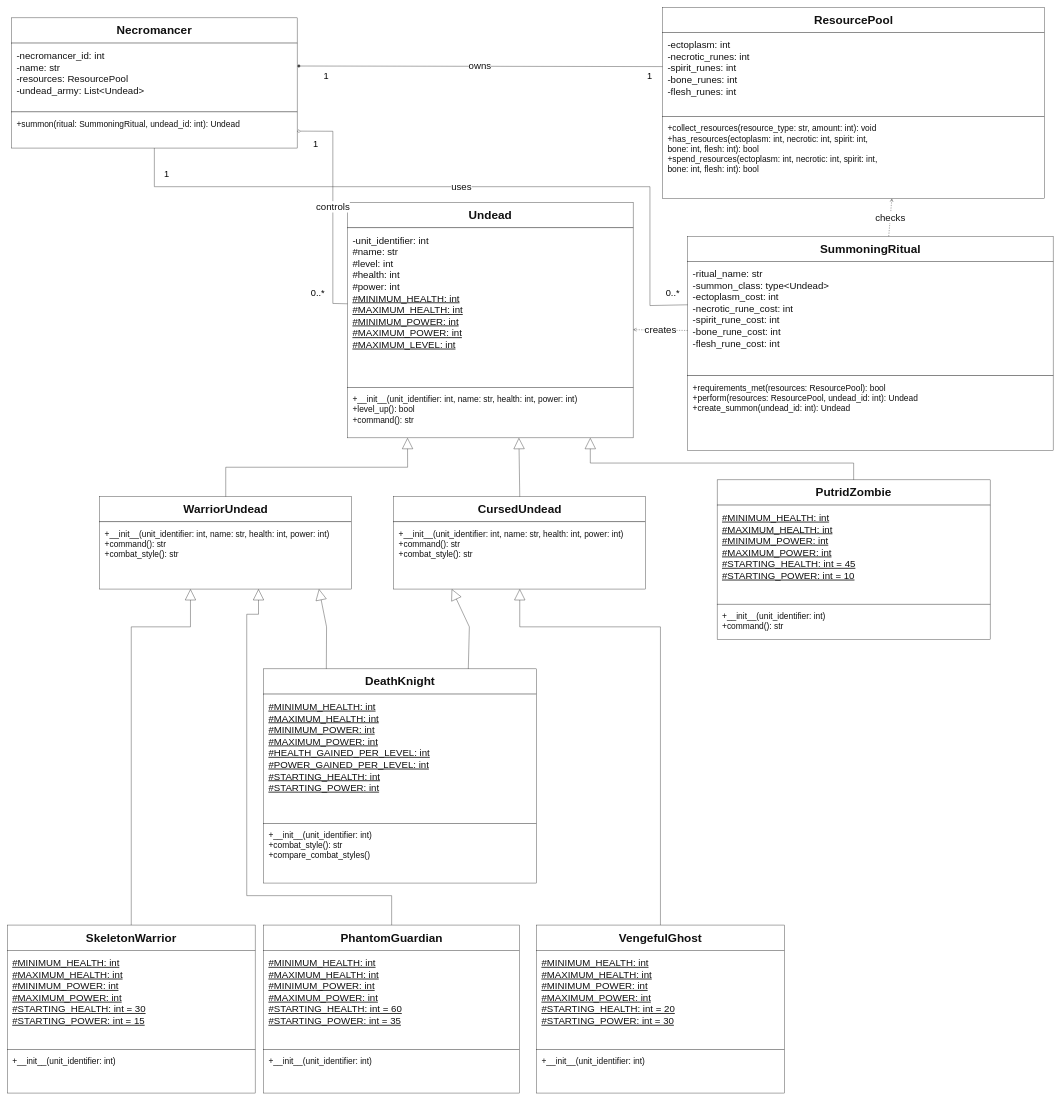
Above: UMLs/Workshop 6-2.drawio in KostaToulantas/OOPNecromancyGame (draw.io), before the change. Source tidied: cells renumbered, new cells numbered last; positions are measured from the earlier drawing's top-left corner, leaving out a move shared by most shapes. Both pictures are drawn from the tidied source at 42%, with x=0, y=0 at pixel (7, 7).
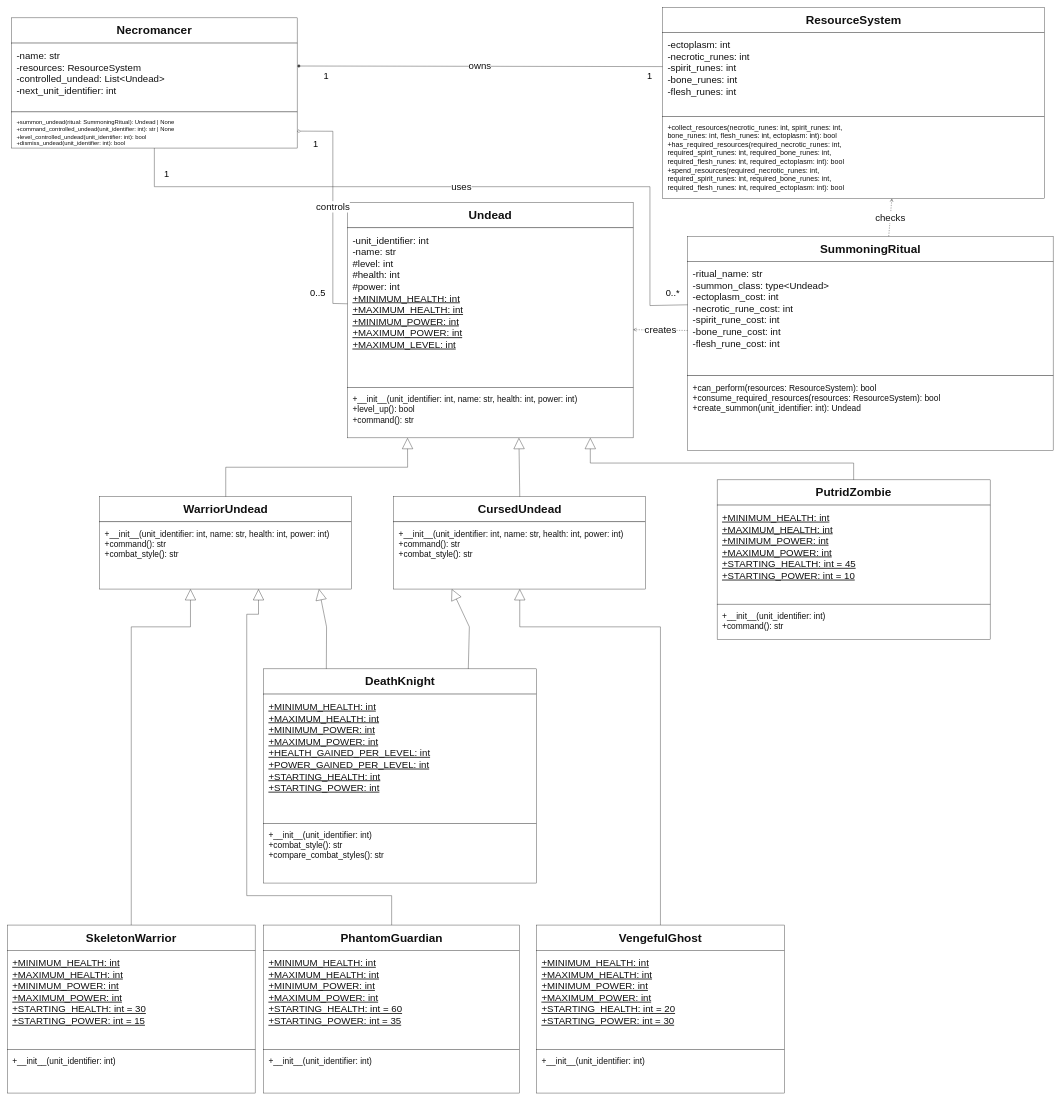
The same page after the edit.

Commit message (it also covers changes not shown here):
Workshop 6-2: Task 4

The change refers to these unchanged cells:
```xml
<mxCell id="2" style="group;" parent="1" vertex="1">
  <mxGeometry x="10" y="25" width="680" height="310" as="geometry" />
</mxCell>
<mxCell id="6" style="group;" parent="1" vertex="1">
  <mxGeometry x="1560" width="910" height="455" as="geometry" />
</mxCell>
<mxCell id="10" style="group;" parent="1" vertex="1">
  <mxGeometry x="810" y="465" width="680" height="560" as="geometry" />
</mxCell>
<mxCell id="14" style="group;" parent="1" vertex="1">
  <mxGeometry x="1620" y="545" width="870" height="510" as="geometry" />
</mxCell>
<mxCell id="24" style="group;" parent="1" vertex="1">
  <mxGeometry x="1690" y="1125" width="650" height="380" as="geometry" />
</mxCell>
<mxCell id="28" style="group;" parent="1" vertex="1">
  <mxGeometry y="2185" width="590" height="400" as="geometry" />
</mxCell>
<mxCell id="32" style="group;" parent="1" vertex="1">
  <mxGeometry x="610" y="2185" width="610" height="400" as="geometry" />
</mxCell>
<mxCell id="36" style="group;" parent="1" vertex="1">
  <mxGeometry x="1260" y="2185" width="590" height="400" as="geometry" />
</mxCell>
<mxCell id="40" style="group;" parent="1" vertex="1">
  <mxGeometry x="610" y="1575" width="650" height="510" as="geometry" />
</mxCell>
```

Change to the diagram source:
```diff
@@
-    <mxCell id="4" value="-necromancer_id: int&lt;br&gt;-name: str&lt;br&gt;-resources: ResourcePool&lt;br&gt;-undead_army: List&amp;lt;Undead&amp;gt;" style="html=1;whiteSpace=wrap;fillColor=#ffffff;strokeColor=#333333;fontColor=#111111;fontFamily=Arial;fontSize=23;align=left;verticalAlign=top;spacing=12;" parent="2" vertex="1">
+    <mxCell id="4" value="-name: str&lt;br&gt;-resources: ResourceSystem&lt;br&gt;-controlled_undead: List&amp;lt;Undead&amp;gt;&lt;br&gt;-next_unit_identifier: int" style="html=1;whiteSpace=wrap;fillColor=#ffffff;strokeColor=#333333;fontColor=#111111;fontFamily=Arial;fontSize=23;align=left;verticalAlign=top;spacing=12;" parent="2" vertex="1">
       <mxGeometry y="60" width="680" height="164" as="geometry" />
     </mxCell>
-    <mxCell id="5" value="+summon(ritual: SummoningRitual, undead_id: int): Undead" style="html=1;whiteSpace=wrap;fillColor=#ffffff;strokeColor=#333333;fontColor=#111111;fontFamily=Arial;fontSize=20;align=left;verticalAlign=top;spacing=12;" parent="2" vertex="1">
+    <mxCell id="5" value="+summon_undead(ritual: SummoningRitual): Undead | None&lt;br&gt;+command_controlled_undead(unit_identifier: int): str | None&lt;br&gt;+level_controlled_undead(unit_identifier: int): bool&lt;br&gt;+dismiss_undead(unit_identifier: int): bool" style="html=1;whiteSpace=wrap;fillColor=#ffffff;strokeColor=#333333;fontColor=#111111;fontFamily=Arial;fontSize=14;align=left;verticalAlign=top;spacing=12;" parent="2" vertex="1">
       <mxGeometry y="224" width="680" height="86" as="geometry" />
     </mxCell>
@@
-    <mxCell id="7" value="ResourcePool" style="html=1;whiteSpace=wrap;fillColor=#ffffff;strokeColor=#333333;fontColor=#111111;fontFamily=Arial;fontSize=28;fontStyle=1;align=center;" parent="6" vertex="1">
+    <mxCell id="7" value="ResourceSystem" style="html=1;whiteSpace=wrap;fillColor=#ffffff;strokeColor=#333333;fontColor=#111111;fontFamily=Arial;fontSize=28;fontStyle=1;align=center;" parent="6" vertex="1">
       <mxGeometry width="910" height="60" as="geometry" />
     </mxCell>
@@
-    <mxCell id="9" value="+collect_resources(resource_type: str, amount: int): void&lt;br&gt;+has_resources(ectoplasm: int, necrotic: int, spirit: int,&lt;br&gt;bone: int, flesh: int): bool&lt;br&gt;+spend_resources(ectoplasm: int, necrotic: int, spirit: int,&lt;br&gt;bone: int, flesh: int): bool" style="html=1;whiteSpace=wrap;fillColor=#ffffff;strokeColor=#333333;fontColor=#111111;fontFamily=Arial;fontSize=20;align=left;verticalAlign=top;spacing=12;" parent="6" vertex="1">
+    <mxCell id="9" value="+collect_resources(necrotic_runes: int, spirit_runes: int,&lt;br&gt;bone_runes: int, flesh_runes: int, ectoplasm: int): bool&lt;br&gt;+has_required_resources(required_necrotic_runes: int,&lt;br&gt;required_spirit_runes: int, required_bone_runes: int,&lt;br&gt;required_flesh_runes: int, required_ectoplasm: int): bool&lt;br&gt;+spend_resources(required_necrotic_runes: int,&lt;br&gt;required_spirit_runes: int, required_bone_runes: int,&lt;br&gt;required_flesh_runes: int, required_ectoplasm: int): bool" style="html=1;whiteSpace=wrap;fillColor=#ffffff;strokeColor=#333333;fontColor=#111111;fontFamily=Arial;fontSize=17;align=left;verticalAlign=top;spacing=12;" parent="6" vertex="1">
       <mxGeometry y="260" width="910" height="195" as="geometry" />
     </mxCell>
@@
-    <mxCell id="12" value="-unit_identifier: int&lt;br&gt;#name: str&lt;br&gt;#level: int&lt;br&gt;#health: int&lt;br&gt;#power: int&lt;br&gt;&lt;u&gt;#MINIMUM_HEALTH: int&lt;/u&gt;&lt;br&gt;&lt;u&gt;#MAXIMUM_HEALTH: int&lt;/u&gt;&lt;br&gt;&lt;u&gt;#MINIMUM_POWER: int&lt;/u&gt;&lt;br&gt;&lt;u&gt;#MAXIMUM_POWER: int&lt;/u&gt;&lt;br&gt;&lt;u&gt;#MAXIMUM_LEVEL: int&lt;/u&gt;" style="html=1;whiteSpace=wrap;fillColor=#ffffff;strokeColor=#333333;fontColor=#111111;fontFamily=Arial;fontSize=23;align=left;verticalAlign=top;spacing=12;" parent="10" vertex="1">
+    <mxCell id="12" value="-unit_identifier: int&lt;br&gt;-name: str&lt;br&gt;#level: int&lt;br&gt;#health: int&lt;br&gt;#power: int&lt;br&gt;&lt;u&gt;+MINIMUM_HEALTH: int&lt;/u&gt;&lt;br&gt;&lt;u&gt;+MAXIMUM_HEALTH: int&lt;/u&gt;&lt;br&gt;&lt;u&gt;+MINIMUM_POWER: int&lt;/u&gt;&lt;br&gt;&lt;u&gt;+MAXIMUM_POWER: int&lt;/u&gt;&lt;br&gt;&lt;u&gt;+MAXIMUM_LEVEL: int&lt;/u&gt;" style="html=1;whiteSpace=wrap;fillColor=#ffffff;strokeColor=#333333;fontColor=#111111;fontFamily=Arial;fontSize=23;align=left;verticalAlign=top;spacing=12;" parent="10" vertex="1">
       <mxGeometry y="60" width="680" height="380" as="geometry" />
     </mxCell>
@@
-    <mxCell id="17" value="+requirements_met(resources: ResourcePool): bool&lt;br&gt;+perform(resources: ResourcePool, undead_id: int): Undead&lt;br&gt;+create_summon(undead_id: int): Undead" style="html=1;whiteSpace=wrap;fillColor=#ffffff;strokeColor=#333333;fontColor=#111111;fontFamily=Arial;fontSize=20;align=left;verticalAlign=top;spacing=12;" parent="14" vertex="1">
+    <mxCell id="17" value="+can_perform(resources: ResourceSystem): bool&lt;br&gt;+consume_required_resources(resources: ResourceSystem): bool&lt;br&gt;+create_summon(unit_identifier: int): Undead" style="html=1;whiteSpace=wrap;fillColor=#ffffff;strokeColor=#333333;fontColor=#111111;fontFamily=Arial;fontSize=20;align=left;verticalAlign=top;spacing=12;" parent="14" vertex="1">
       <mxGeometry y="332" width="870" height="178" as="geometry" />
     </mxCell>
@@
-    <mxCell id="26" value="&lt;u&gt;#MINIMUM_HEALTH: int&lt;/u&gt;&lt;br&gt;&lt;u&gt;#MAXIMUM_HEALTH: int&lt;/u&gt;&lt;br&gt;&lt;u&gt;#MINIMUM_POWER: int&lt;/u&gt;&lt;br&gt;&lt;u&gt;#MAXIMUM_POWER: int&lt;/u&gt;&lt;br&gt;&lt;u&gt;#STARTING_HEALTH: int = 45&lt;/u&gt;&lt;br&gt;&lt;u&gt;#STARTING_POWER: int = 10&lt;/u&gt;" style="html=1;whiteSpace=wrap;fillColor=#ffffff;strokeColor=#333333;fontColor=#111111;fontFamily=Arial;fontSize=23;align=left;verticalAlign=top;spacing=12;" parent="24" vertex="1">
+    <mxCell id="26" value="&lt;u&gt;+MINIMUM_HEALTH: int&lt;/u&gt;&lt;br&gt;&lt;u&gt;+MAXIMUM_HEALTH: int&lt;/u&gt;&lt;br&gt;&lt;u&gt;+MINIMUM_POWER: int&lt;/u&gt;&lt;br&gt;&lt;u&gt;+MAXIMUM_POWER: int&lt;/u&gt;&lt;br&gt;&lt;u&gt;+STARTING_HEALTH: int = 45&lt;/u&gt;&lt;br&gt;&lt;u&gt;+STARTING_POWER: int = 10&lt;/u&gt;" style="html=1;whiteSpace=wrap;fillColor=#ffffff;strokeColor=#333333;fontColor=#111111;fontFamily=Arial;fontSize=23;align=left;verticalAlign=top;spacing=12;" parent="24" vertex="1">
       <mxGeometry y="60" width="650" height="236" as="geometry" />
     </mxCell>
@@
-    <mxCell id="30" value="&lt;u&gt;#MINIMUM_HEALTH: int&lt;/u&gt;&lt;br&gt;&lt;u&gt;#MAXIMUM_HEALTH: int&lt;/u&gt;&lt;br&gt;&lt;u&gt;#MINIMUM_POWER: int&lt;/u&gt;&lt;br&gt;&lt;u&gt;#MAXIMUM_POWER: int&lt;/u&gt;&lt;br&gt;&lt;u&gt;#STARTING_HEALTH: int = 30&lt;/u&gt;&lt;br&gt;&lt;u&gt;#STARTING_POWER: int = 15&lt;/u&gt;" style="html=1;whiteSpace=wrap;fillColor=#ffffff;strokeColor=#333333;fontColor=#111111;fontFamily=Arial;fontSize=23;align=left;verticalAlign=top;spacing=12;" parent="28" vertex="1">
+    <mxCell id="30" value="&lt;u&gt;+MINIMUM_HEALTH: int&lt;/u&gt;&lt;br&gt;&lt;u&gt;+MAXIMUM_HEALTH: int&lt;/u&gt;&lt;br&gt;&lt;u&gt;+MINIMUM_POWER: int&lt;/u&gt;&lt;br&gt;&lt;u&gt;+MAXIMUM_POWER: int&lt;/u&gt;&lt;br&gt;&lt;u&gt;+STARTING_HEALTH: int = 30&lt;/u&gt;&lt;br&gt;&lt;u&gt;+STARTING_POWER: int = 15&lt;/u&gt;" style="html=1;whiteSpace=wrap;fillColor=#ffffff;strokeColor=#333333;fontColor=#111111;fontFamily=Arial;fontSize=23;align=left;verticalAlign=top;spacing=12;" parent="28" vertex="1">
       <mxGeometry y="60" width="590" height="236" as="geometry" />
     </mxCell>
@@
-    <mxCell id="34" value="&lt;u&gt;#MINIMUM_HEALTH: int&lt;/u&gt;&lt;br&gt;&lt;u&gt;#MAXIMUM_HEALTH: int&lt;/u&gt;&lt;br&gt;&lt;u&gt;#MINIMUM_POWER: int&lt;/u&gt;&lt;br&gt;&lt;u&gt;#MAXIMUM_POWER: int&lt;/u&gt;&lt;br&gt;&lt;u&gt;#STARTING_HEALTH: int = 60&lt;/u&gt;&lt;br&gt;&lt;u&gt;#STARTING_POWER: int = 35&lt;/u&gt;" style="html=1;whiteSpace=wrap;fillColor=#ffffff;strokeColor=#333333;fontColor=#111111;fontFamily=Arial;fontSize=23;align=left;verticalAlign=top;spacing=12;" parent="32" vertex="1">
+    <mxCell id="34" value="&lt;u&gt;+MINIMUM_HEALTH: int&lt;/u&gt;&lt;br&gt;&lt;u&gt;+MAXIMUM_HEALTH: int&lt;/u&gt;&lt;br&gt;&lt;u&gt;+MINIMUM_POWER: int&lt;/u&gt;&lt;br&gt;&lt;u&gt;+MAXIMUM_POWER: int&lt;/u&gt;&lt;br&gt;&lt;u&gt;+STARTING_HEALTH: int = 60&lt;/u&gt;&lt;br&gt;&lt;u&gt;+STARTING_POWER: int = 35&lt;/u&gt;" style="html=1;whiteSpace=wrap;fillColor=#ffffff;strokeColor=#333333;fontColor=#111111;fontFamily=Arial;fontSize=23;align=left;verticalAlign=top;spacing=12;" parent="32" vertex="1">
       <mxGeometry y="60" width="610" height="236" as="geometry" />
     </mxCell>
@@
-    <mxCell id="38" value="&lt;u&gt;#MINIMUM_HEALTH: int&lt;/u&gt;&lt;br&gt;&lt;u&gt;#MAXIMUM_HEALTH: int&lt;/u&gt;&lt;br&gt;&lt;u&gt;#MINIMUM_POWER: int&lt;/u&gt;&lt;br&gt;&lt;u&gt;#MAXIMUM_POWER: int&lt;/u&gt;&lt;br&gt;&lt;u&gt;#STARTING_HEALTH: int = 20&lt;/u&gt;&lt;br&gt;&lt;u&gt;#STARTING_POWER: int = 30&lt;/u&gt;" style="html=1;whiteSpace=wrap;fillColor=#ffffff;strokeColor=#333333;fontColor=#111111;fontFamily=Arial;fontSize=23;align=left;verticalAlign=top;spacing=12;" parent="36" vertex="1">
+    <mxCell id="38" value="&lt;u&gt;+MINIMUM_HEALTH: int&lt;/u&gt;&lt;br&gt;&lt;u&gt;+MAXIMUM_HEALTH: int&lt;/u&gt;&lt;br&gt;&lt;u&gt;+MINIMUM_POWER: int&lt;/u&gt;&lt;br&gt;&lt;u&gt;+MAXIMUM_POWER: int&lt;/u&gt;&lt;br&gt;&lt;u&gt;+STARTING_HEALTH: int = 20&lt;/u&gt;&lt;br&gt;&lt;u&gt;+STARTING_POWER: int = 30&lt;/u&gt;" style="html=1;whiteSpace=wrap;fillColor=#ffffff;strokeColor=#333333;fontColor=#111111;fontFamily=Arial;fontSize=23;align=left;verticalAlign=top;spacing=12;" parent="36" vertex="1">
       <mxGeometry y="60" width="590" height="236" as="geometry" />
     </mxCell>
@@
-    <mxCell id="42" value="&lt;u&gt;#MINIMUM_HEALTH: int&lt;/u&gt;&lt;br&gt;&lt;u&gt;#MAXIMUM_HEALTH: int&lt;/u&gt;&lt;br&gt;&lt;u&gt;#MINIMUM_POWER: int&lt;/u&gt;&lt;br&gt;&lt;u&gt;#MAXIMUM_POWER: int&lt;/u&gt;&lt;br&gt;&lt;u&gt;#HEALTH_GAINED_PER_LEVEL: int&lt;/u&gt;&lt;br&gt;&lt;u&gt;#POWER_GAINED_PER_LEVEL: int&lt;/u&gt;&lt;br&gt;&lt;u&gt;#STARTING_HEALTH: int&lt;/u&gt;&lt;br&gt;&lt;u&gt;#STARTING_POWER: int&lt;/u&gt;" style="html=1;whiteSpace=wrap;fillColor=#ffffff;strokeColor=#333333;fontColor=#111111;fontFamily=Arial;fontSize=23;align=left;verticalAlign=top;spacing=12;" parent="40" vertex="1">
+    <mxCell id="42" value="&lt;u&gt;+MINIMUM_HEALTH: int&lt;/u&gt;&lt;br&gt;&lt;u&gt;+MAXIMUM_HEALTH: int&lt;/u&gt;&lt;br&gt;&lt;u&gt;+MINIMUM_POWER: int&lt;/u&gt;&lt;br&gt;&lt;u&gt;+MAXIMUM_POWER: int&lt;/u&gt;&lt;br&gt;&lt;u&gt;+HEALTH_GAINED_PER_LEVEL: int&lt;/u&gt;&lt;br&gt;&lt;u&gt;+POWER_GAINED_PER_LEVEL: int&lt;/u&gt;&lt;br&gt;&lt;u&gt;+STARTING_HEALTH: int&lt;/u&gt;&lt;br&gt;&lt;u&gt;+STARTING_POWER: int&lt;/u&gt;" style="html=1;whiteSpace=wrap;fillColor=#ffffff;strokeColor=#333333;fontColor=#111111;fontFamily=Arial;fontSize=23;align=left;verticalAlign=top;spacing=12;" parent="40" vertex="1">
       <mxGeometry y="60" width="650" height="308" as="geometry" />
     </mxCell>
-    <mxCell id="43" value="+__init__(unit_identifier: int)&lt;br&gt;+combat_style(): str&lt;br&gt;+compare_combat_styles()" style="html=1;whiteSpace=wrap;fillColor=#ffffff;strokeColor=#333333;fontColor=#111111;fontFamily=Arial;fontSize=20;align=left;verticalAlign=top;spacing=12;" parent="40" vertex="1">
+    <mxCell id="43" value="+__init__(unit_identifier: int)&lt;br&gt;+combat_style(): str&lt;br&gt;+compare_combat_styles(): str" style="html=1;whiteSpace=wrap;fillColor=#ffffff;strokeColor=#333333;fontColor=#111111;fontFamily=Arial;fontSize=20;align=left;verticalAlign=top;spacing=12;" parent="40" vertex="1">
       <mxGeometry y="368" width="650" height="142" as="geometry" />
     </mxCell>
@@
-    <mxCell id="52" value="0..*" style="text;html=1;fontSize=22;align=center;verticalAlign=middle;fillColor=#ffffff;strokeColor=none;" parent="1" vertex="1">
+    <mxCell id="52" value="0..5" style="text;html=1;fontSize=22;align=center;verticalAlign=middle;fillColor=#ffffff;strokeColor=none;" parent="1" vertex="1">
       <mxGeometry x="715" y="665" width="48" height="30" as="geometry" />
     </mxCell>
```
